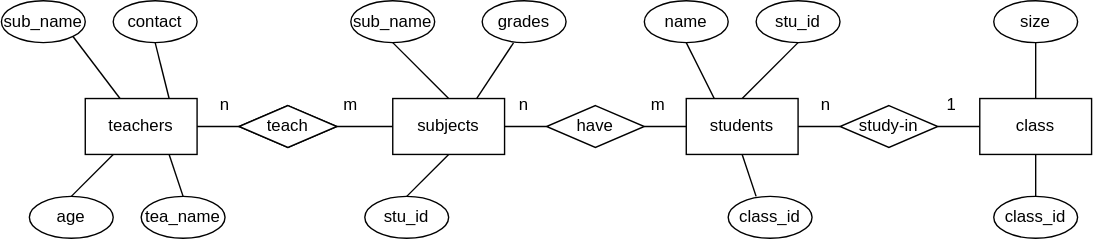
Before: Lab1/ERD.drawio.svg, a diagram exported from draw.io (Burton0703/Database-Labs). Source tidied: cells renumbered, new cells last; positions are measured from the earlier drawing's top-left corner, leaving out a move shared by most shapes.
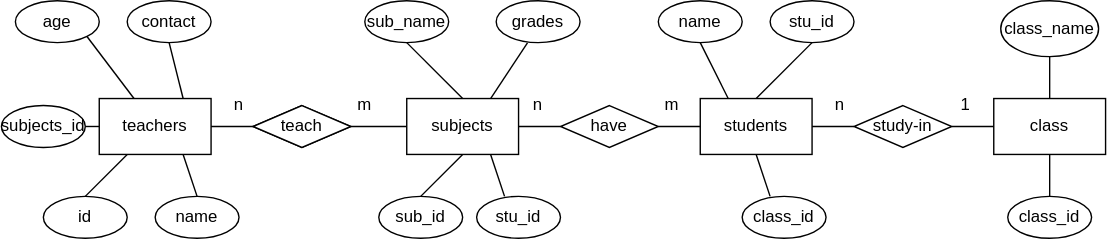
The same diagram one commit later.

Diff of the diagram source:
```diff
@@ -14,7 +14,7 @@
     <mxCell id="5" value="class" style="rounded=0;whiteSpace=wrap;html=1;" parent="1" vertex="1">
       <mxGeometry x="700" y="70" width="80" height="40" as="geometry" />
     </mxCell>
-    <mxCell id="6" value="sub_name" style="ellipse;whiteSpace=wrap;html=1;" parent="1" vertex="1">
+    <mxCell id="6" value="age" style="ellipse;whiteSpace=wrap;html=1;" parent="1" vertex="1">
       <mxGeometry width="60" height="30" as="geometry" />
     </mxCell>
     <mxCell id="7" value="stu_id" style="ellipse;whiteSpace=wrap;html=1;" parent="1" vertex="1">
@@ -23,7 +23,7 @@
     <mxCell id="8" value="grades" style="ellipse;whiteSpace=wrap;html=1;" parent="1" vertex="1">
       <mxGeometry x="344" width="60" height="30" as="geometry" />
     </mxCell>
-    <mxCell id="9" value="age" style="ellipse;whiteSpace=wrap;html=1;" parent="1" vertex="1">
+    <mxCell id="9" value="id" style="ellipse;whiteSpace=wrap;html=1;" parent="1" vertex="1">
       <mxGeometry x="20" y="140" width="60" height="30" as="geometry" />
     </mxCell>
     <mxCell id="10" value="contact" style="ellipse;whiteSpace=wrap;html=1;" parent="1" vertex="1">
@@ -38,8 +38,8 @@
     <mxCell id="13" value="name" style="ellipse;whiteSpace=wrap;html=1;" parent="1" vertex="1">
       <mxGeometry x="460" width="60" height="30" as="geometry" />
     </mxCell>
-    <mxCell id="14" value="size" style="ellipse;whiteSpace=wrap;html=1;" parent="1" vertex="1">
-      <mxGeometry x="710" width="60" height="30" as="geometry" />
+    <mxCell id="14" value="class_name" style="ellipse;whiteSpace=wrap;html=1;" parent="1" vertex="1">
+      <mxGeometry x="705" width="70" height="40" as="geometry" />
     </mxCell>
     <mxCell id="15" value="class_id" style="ellipse;whiteSpace=wrap;html=1;" parent="1" vertex="1">
       <mxGeometry x="710" y="140" width="60" height="30" as="geometry" />
@@ -134,14 +134,26 @@
         <mxPoint x="290" y="140" as="sourcePoint" />
       </mxGeometry>
     </mxCell>
-    <mxCell id="44" value="stu_id" style="ellipse;whiteSpace=wrap;html=1;" parent="1" vertex="1">
+    <mxCell id="44" value="sub_id" style="ellipse;whiteSpace=wrap;html=1;" parent="1" vertex="1">
       <mxGeometry x="260" y="140" width="60" height="30" as="geometry" />
     </mxCell>
-    <mxCell id="45" value="tea_name" style="ellipse;whiteSpace=wrap;html=1;" parent="1" vertex="1">
+    <mxCell id="45" value="name" style="ellipse;whiteSpace=wrap;html=1;" parent="1" vertex="1">
       <mxGeometry x="100" y="140" width="60" height="30" as="geometry" />
     </mxCell>
     <mxCell id="46" style="endArrow=none;html=1;rounded=0;exitX=0.75;exitY=1;exitDx=0;exitDy=0;entryX=0.5;entryY=0;entryDx=0;entryDy=0;" parent="1" edge="1" source="2" target="45">
       <mxGeometry relative="1" as="geometry" />
     </mxCell>
+    <mxCell id="47" style="endArrow=none;html=1;rounded=0;exitX=0;exitY=0.5;exitDx=0;exitDy=0;entryX=1;entryY=0.5;entryDx=0;entryDy=0;" parent="1" edge="1" source="2" target="48">
+      <mxGeometry relative="1" as="geometry" />
+    </mxCell>
+    <mxCell id="48" value="subjects_id" style="ellipse;whiteSpace=wrap;html=1;" parent="1" vertex="1">
+      <mxGeometry x="-10" y="75" width="60" height="30" as="geometry" />
+    </mxCell>
+    <mxCell id="49" value="stu_id" style="ellipse;whiteSpace=wrap;html=1;" parent="1" vertex="1">
+      <mxGeometry x="330" y="140" width="60" height="30" as="geometry" />
+    </mxCell>
+    <mxCell id="50" style="endArrow=none;html=1;rounded=0;exitX=0.333;exitY=0;exitDx=0;exitDy=0;exitPerimeter=0;entryX=0.75;entryY=1;entryDx=0;entryDy=0;" parent="1" edge="1" source="49" target="3">
+      <mxGeometry relative="1" as="geometry" />
+    </mxCell>
   </root>
 </mxGraphModel>
```
